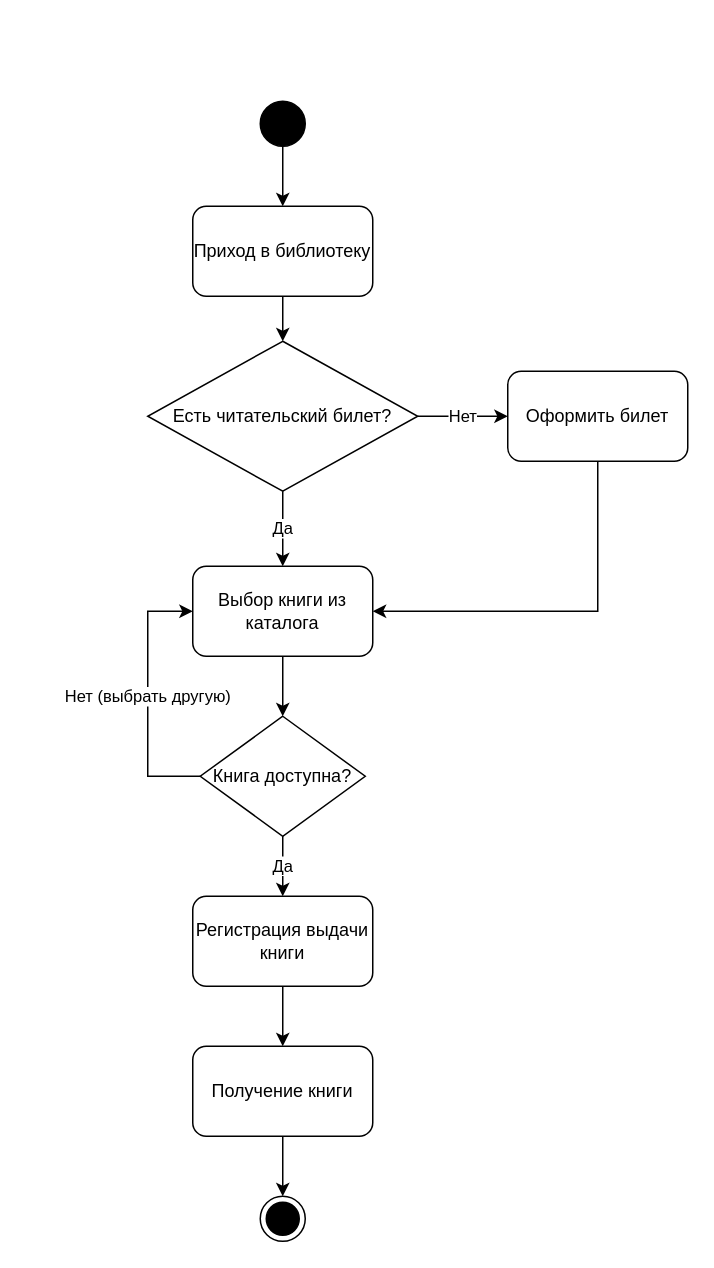
Before: Library  Diagram.drawio in ShahlovichMaksim/Application-Design-Patterns-Practice, a draw.io diagram. Source tidied: cells renumbered, new cells numbered last; positions are measured from the earlier drawing's top-left corner, leaving out a move shared by most shapes. Both pictures are drawn from the tidied source at 150%, with x=0, y=0 at pixel (147, 100).
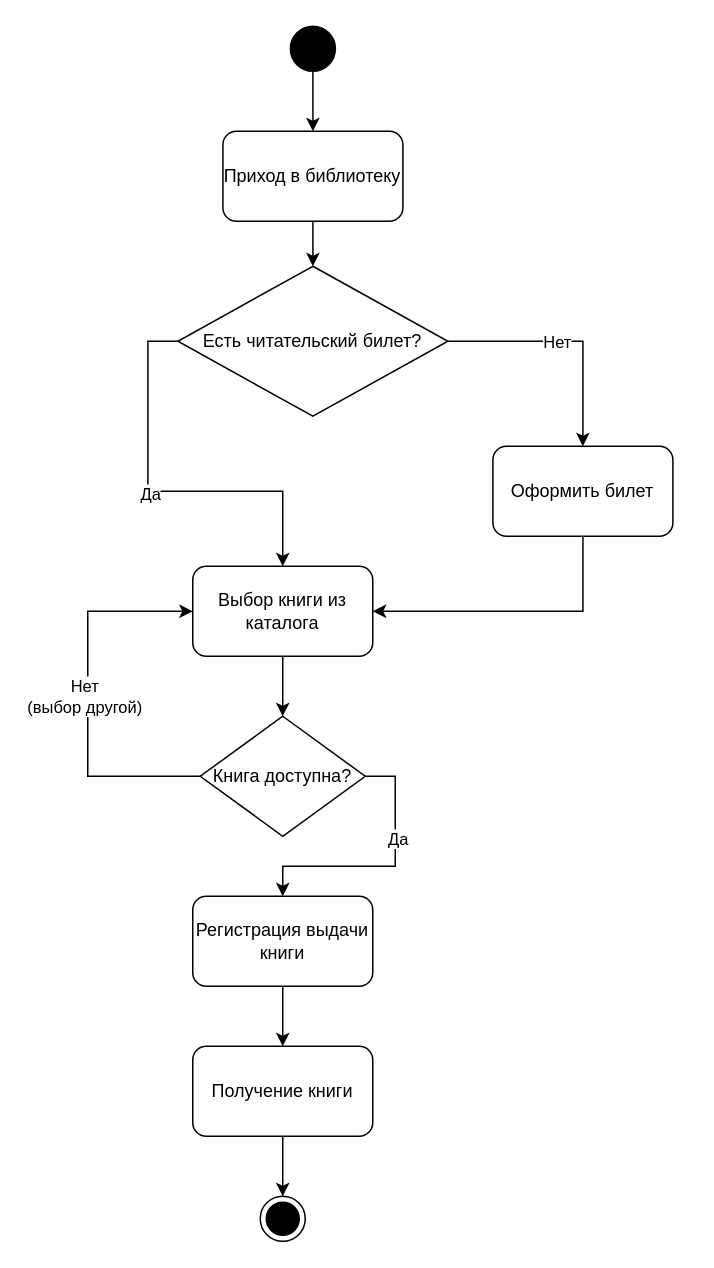
The same diagram, later.

The change refers to these unchanged cells:
```xml
<mxCell id="6" value="Выбор книги из каталога" style="rounded=1;whiteSpace=wrap;html=1;" parent="1" vertex="1">
  <mxGeometry x="30" y="310" width="120" height="60" as="geometry" />
</mxCell>
<mxCell id="7" value="Книга доступна?" style="rhombus;whiteSpace=wrap;html=1;" parent="1" vertex="1">
  <mxGeometry x="35" y="410" width="110" height="80" as="geometry" />
</mxCell>
<mxCell id="8" value="Регистрация выдачи книги" style="rounded=1;whiteSpace=wrap;html=1;" parent="1" vertex="1">
  <mxGeometry x="30" y="530" width="120" height="60" as="geometry" />
</mxCell>
```

Change to the diagram source:
```diff
@@
     <mxCell id="2" style="ellipse;whiteSpace=wrap;html=1;fillColor=#000000;" parent="1" vertex="1">
-      <mxGeometry x="75" width="30" height="30" as="geometry" />
+      <mxGeometry x="95.1" y="-50" width="30" height="30" as="geometry" />
     </mxCell>
     <mxCell id="3" value="Приход в библиотеку" style="rounded=1;whiteSpace=wrap;html=1;" parent="1" vertex="1">
-      <mxGeometry x="30" y="70" width="120" height="60" as="geometry" />
+      <mxGeometry x="50.1" y="20" width="120" height="60" as="geometry" />
     </mxCell>
+    <mxCell id="13" style="edgeStyle=orthogonalEdgeStyle;rounded=0;jettySize=auto;html=1;exitX=0;exitY=0.5;exitDx=0;exitDy=0;" parent="1" edge="1" source="4" target="6">
+      <mxGeometry relative="1" as="geometry" />
+    </mxCell>
+    <mxCell id="21" value="Да" style="edgeLabel;html=1;align=center;verticalAlign=middle;" parent="13" vertex="1">
+      <mxGeometry x="-0.07" y="-1" relative="1" as="geometry" />
+    </mxCell>
+    <mxCell id="22" style="edgeStyle=orthogonalEdgeStyle;rounded=0;jettySize=auto;html=1;entryX=0.5;entryY=0;entryDx=0;entryDy=0;" parent="1" edge="1" source="4" target="5">
+      <mxGeometry relative="1" as="geometry" />
+    </mxCell>
+    <mxCell id="14" value="Нет" style="edgeLabel;html=1;align=center;verticalAlign=middle;" parent="22" vertex="1">
+      <mxGeometry x="-0.1" relative="1" as="geometry" />
+    </mxCell>
     <mxCell id="4" value="Есть читательский билет?" style="rhombus;whiteSpace=wrap;html=1;" parent="1" vertex="1">
-      <mxGeometry y="160" width="180" height="100" as="geometry" />
+      <mxGeometry x="20.1" y="110" width="180" height="100" as="geometry" />
     </mxCell>
+    <mxCell id="15" style="edgeStyle=orthogonalEdgeStyle;rounded=0;jettySize=auto;html=1;exitX=0.5;exitY=1;exitDx=0;exitDy=0;entryX=1;entryY=0.5;entryDx=0;entryDy=0;" parent="1" edge="1" source="5" target="6">
+      <mxGeometry relative="1" as="geometry" />
+    </mxCell>
     <mxCell id="5" value="Оформить билет" style="rounded=1;whiteSpace=wrap;html=1;" parent="1" vertex="1">
-      <mxGeometry x="240" y="180" width="120" height="60" as="geometry" />
+      <mxGeometry x="230.1" y="230" width="120" height="60" as="geometry" />
     </mxCell>
@@
+    <mxCell id="18" style="edgeStyle=orthogonalEdgeStyle;rounded=0;jettySize=auto;html=1;entryX=0;entryY=0.5;entryDx=0;entryDy=0;exitX=0;exitY=0.5;exitDx=0;exitDy=0;" parent="1" edge="1" source="7" target="6">
+      <mxGeometry relative="1" as="geometry">
+        <Array as="points">
+          <mxPoint x="-40" y="450" />
+          <mxPoint x="-40" y="340" />
+        </Array>
+      </mxGeometry>
+    </mxCell>
+    <mxCell id="23" value="Нет&lt;div&gt;(выбор другой)&lt;/div&gt;" style="edgeLabel;html=1;align=center;verticalAlign=middle;" parent="18" vertex="1">
+      <mxGeometry x="0.01" y="3" relative="1" as="geometry" />
+    </mxCell>
+    <mxCell id="17" style="edgeStyle=orthogonalEdgeStyle;rounded=0;jettySize=auto;html=1;exitX=1;exitY=0.5;exitDx=0;exitDy=0;" parent="1" edge="1" source="7" target="8">
+      <mxGeometry relative="1" as="geometry" />
+    </mxCell>
+    <mxCell id="24" value="Да" style="edgeLabel;html=1;align=center;verticalAlign=middle;" parent="17" vertex="1">
+      <mxGeometry x="-0.3" y="1" relative="1" as="geometry" />
+    </mxCell>
@@
-    <mxCell id="13" value="Да" style="endArrow=classic;html=1;exitX=0.5;exitY=1;exitDx=0;exitDy=0;entryX=0.5;entryY=0;entryDx=0;entryDy=0;rounded=0;" parent="1" edge="1" source="4" target="6">
-      <mxGeometry relative="1" as="geometry" />
-    </mxCell>
-    <mxCell id="14" value="Нет" style="endArrow=classic;html=1;exitX=1;exitY=0.5;exitDx=0;exitDy=0;entryX=0;entryY=0.5;entryDx=0;entryDy=0;rounded=0;" parent="1" edge="1" source="4" target="5">
-      <mxGeometry relative="1" as="geometry" />
-    </mxCell>
-    <mxCell id="15" style="endArrow=classic;html=1;exitX=0.5;exitY=1;exitDx=0;exitDy=0;entryX=1;entryY=0.5;entryDx=0;entryDy=0;rounded=0;" parent="1" edge="1" source="5" target="6">
-      <mxGeometry relative="1" as="geometry">
-        <Array as="points">
-          <mxPoint x="300" y="340" />
-        </Array>
-      </mxGeometry>
-    </mxCell>
@@
-    <mxCell id="17" value="Да" style="endArrow=classic;html=1;exitX=0.5;exitY=1;exitDx=0;exitDy=0;entryX=0.5;entryY=0;entryDx=0;entryDy=0;rounded=0;" parent="1" edge="1" source="7" target="8">
-      <mxGeometry relative="1" as="geometry" />
-    </mxCell>
-    <mxCell id="18" value="Нет (выбрать другую)" style="endArrow=classic;html=1;exitX=0;exitY=0.5;exitDx=0;exitDy=0;entryX=0;entryY=0.5;entryDx=0;entryDy=0;rounded=0;" parent="1" edge="1" source="7" target="6">
-      <mxGeometry relative="1" as="geometry">
-        <Array as="points">
-          <mxPoint y="450" />
-          <mxPoint y="340" />
-        </Array>
-      </mxGeometry>
-    </mxCell>
```
